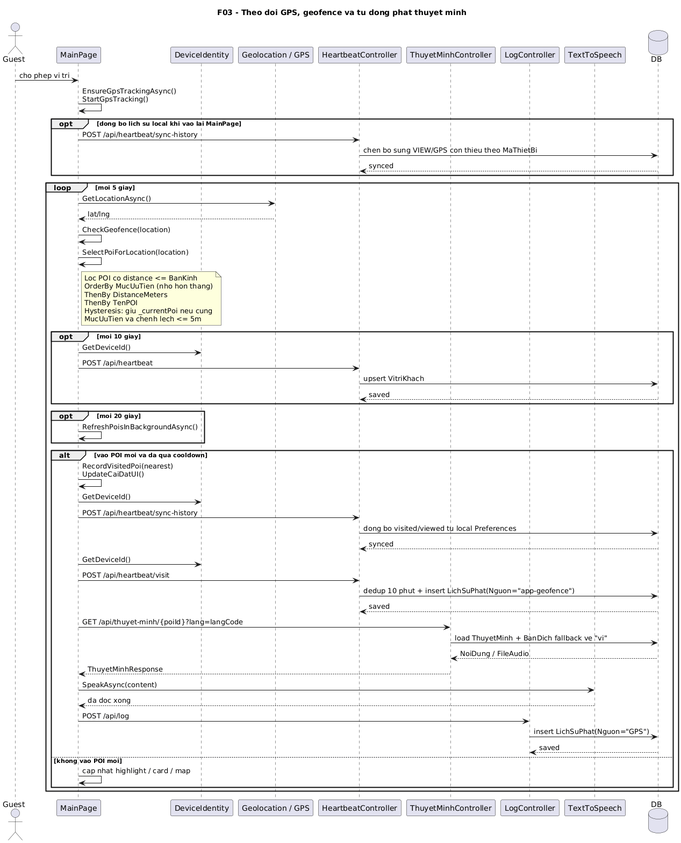
VoBao182/PhoAmThuc keeps this PlantUML diagram as docs/diagrams/png/03-geofence-audio-sequence.png. Above is the earlier version. Source of this version:
```plantuml
@startuml
title F03 - Theo doi GPS, geofence va tu dong phat thuyet minh

actor Guest
participant MainPage
participant DeviceIdentity
participant "Geolocation / GPS" as GPS
participant "HeartbeatController" as HeartbeatController
participant "ThuyetMinhController" as ThuyetMinhController
participant "LogController" as LogController
participant "TextToSpeech" as TTS
database DB

Guest -> MainPage: cho phep vi tri
MainPage -> MainPage: EnsureGpsTrackingAsync()\nStartGpsTracking()
opt dong bo lich su local khi vao lai MainPage
  MainPage -> HeartbeatController: POST /api/heartbeat/sync-history
  HeartbeatController -> DB: chen bo sung VIEW/GPS con thieu theo MaThietBi
  DB --> HeartbeatController: synced
end

loop moi 5 giay
  MainPage -> GPS: GetLocationAsync()
  GPS --> MainPage: lat/lng
  MainPage -> MainPage: CheckGeofence(location)
  MainPage -> MainPage: SelectPoiForLocation(location)
  note right of MainPage
    Loc POI co distance <= BanKinh
    OrderBy MucUuTien (nho hon thang)
    ThenBy DistanceMeters
    ThenBy TenPOI
    Hysteresis: giu _currentPoi neu cung
    MucUuTien va chenh lech <= 5m
  end note

  opt moi 10 giay
    MainPage -> DeviceIdentity: GetDeviceId()
    MainPage -> HeartbeatController: POST /api/heartbeat
    HeartbeatController -> DB: upsert VitriKhach
    DB --> HeartbeatController: saved
  end

  opt moi 20 giay
    MainPage -> MainPage: RefreshPoisInBackgroundAsync()
  end

  alt vao POI moi va da qua cooldown
    MainPage -> MainPage: RecordVisitedPoi(nearest)\nUpdateCaiDatUI()
    MainPage -> DeviceIdentity: GetDeviceId()
    MainPage -> HeartbeatController: POST /api/heartbeat/sync-history
    HeartbeatController -> DB: dong bo visited/viewed tu local Preferences
    DB --> HeartbeatController: synced

    MainPage -> DeviceIdentity: GetDeviceId()
    MainPage -> HeartbeatController: POST /api/heartbeat/visit
    HeartbeatController -> DB: dedup 10 phut + insert LichSuPhat(Nguon="app-geofence")
    DB --> HeartbeatController: saved

    MainPage -> ThuyetMinhController: GET /api/thuyet-minh/{poiId}?lang=langCode
    ThuyetMinhController -> DB: load ThuyetMinh + BanDich fallback ve "vi"
    DB --> ThuyetMinhController: NoiDung / FileAudio
    ThuyetMinhController --> MainPage: ThuyetMinhResponse

    MainPage -> TTS: SpeakAsync(content)
    TTS --> MainPage: da doc xong

    MainPage -> LogController: POST /api/log
    LogController -> DB: insert LichSuPhat(Nguon="GPS")
    DB --> LogController: saved
  else khong vao POI moi
    MainPage -> MainPage: cap nhat highlight / card / map
  end
end
@enduml
```
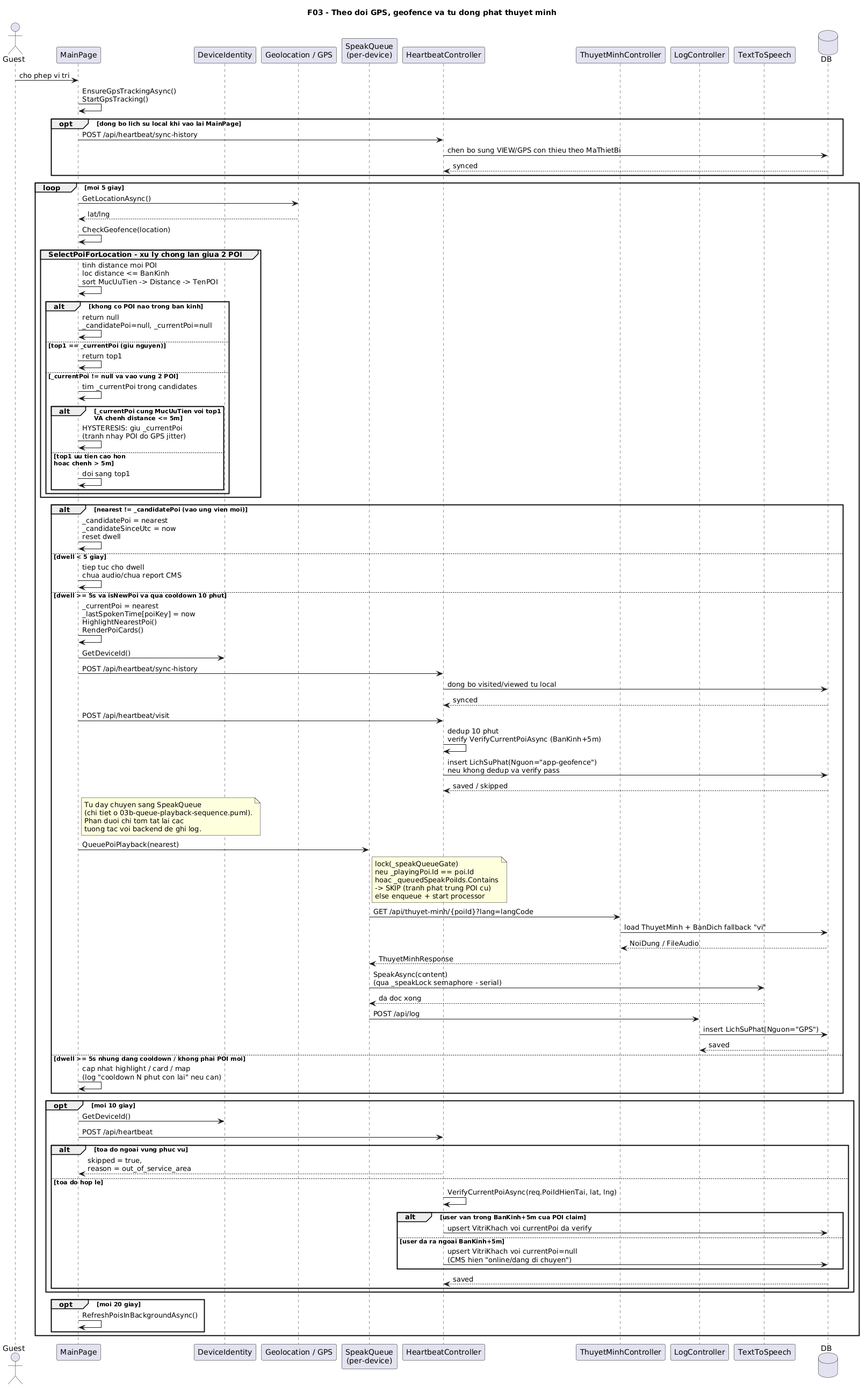
The same file after the commit.

Change to the diagram source:
```diff
@@ -5,6 +5,7 @@
 participant MainPage
 participant DeviceIdentity
 participant "Geolocation / GPS" as GPS
+participant "SpeakQueue\n(per-device)" as SpeakQueue
 participant "HeartbeatController" as HeartbeatController
 participant "ThuyetMinhController" as ThuyetMinhController
 participant "LogController" as LogController
@@ -23,52 +24,88 @@
   MainPage -> GPS: GetLocationAsync()
   GPS --> MainPage: lat/lng
   MainPage -> MainPage: CheckGeofence(location)
-  MainPage -> MainPage: SelectPoiForLocation(location)
-  note right of MainPage
-    Loc POI co distance <= BanKinh
-    OrderBy MucUuTien (nho hon thang)
-    ThenBy DistanceMeters
-    ThenBy TenPOI
-    Hysteresis: giu _currentPoi neu cung
-    MucUuTien va chenh lech <= 5m
-  end note
+
+  group SelectPoiForLocation - xu ly chong lan giua 2 POI
+    MainPage -> MainPage: tinh distance moi POI\nloc distance <= BanKinh\nsort MucUuTien -> Distance -> TenPOI
+    alt khong co POI nao trong ban kinh
+      MainPage -> MainPage: return null\n_candidatePoi=null, _currentPoi=null
+    else top1 == _currentPoi (giu nguyen)
+      MainPage -> MainPage: return top1
+    else _currentPoi != null va vao vung 2 POI
+      MainPage -> MainPage: tim _currentPoi trong candidates
+      alt _currentPoi cung MucUuTien voi top1\nVA chenh distance <= 5m
+        MainPage -> MainPage: HYSTERESIS: giu _currentPoi\n(tranh nhay POI do GPS jitter)
+      else top1 uu tien cao hon\nhoac chenh > 5m
+        MainPage -> MainPage: doi sang top1
+      end
+    end
+  end
+
+  alt nearest != _candidatePoi (vao ung vien moi)
+    MainPage -> MainPage: _candidatePoi = nearest\n_candidateSinceUtc = now\nreset dwell
+  else dwell < 5 giay
+    MainPage -> MainPage: tiep tuc cho dwell\nchua audio/chua report CMS
+  else dwell >= 5s va isNewPoi va qua cooldown 10 phut
+    MainPage -> MainPage: _currentPoi = nearest\n_lastSpokenTime[poiKey] = now\nHighlightNearestPoi()\nRenderPoiCards()
+
+    MainPage -> DeviceIdentity: GetDeviceId()
+    MainPage -> HeartbeatController: POST /api/heartbeat/sync-history
+    HeartbeatController -> DB: dong bo visited/viewed tu local
+    DB --> HeartbeatController: synced
+
+    MainPage -> HeartbeatController: POST /api/heartbeat/visit
+    HeartbeatController -> HeartbeatController: dedup 10 phut\nverify VerifyCurrentPoiAsync (BanKinh+5m)
+    HeartbeatController -> DB: insert LichSuPhat(Nguon="app-geofence")\nneu khong dedup va verify pass
+    DB --> HeartbeatController: saved / skipped
+
+    note right of MainPage
+      Tu day chuyen sang SpeakQueue
+      (chi tiet o 03b-queue-playback-sequence.puml).
+      Phan duoi chi tom tat lai cac
+      tuong tac voi backend de ghi log.
+    end note
+
+    MainPage -> SpeakQueue: QueuePoiPlayback(nearest)
+    note right of SpeakQueue
+      lock(_speakQueueGate)
+      neu _playingPoi.Id == poi.Id
+      hoac _queuedSpeakPoiIds.Contains
+      -> SKIP (tranh phat trung POI cu)
+      else enqueue + start processor
+    end note
+    SpeakQueue -> ThuyetMinhController: GET /api/thuyet-minh/{poiId}?lang=langCode
+    ThuyetMinhController -> DB: load ThuyetMinh + BanDich fallback "vi"
+    DB --> ThuyetMinhController: NoiDung / FileAudio
+    ThuyetMinhController --> SpeakQueue: ThuyetMinhResponse
+
+    SpeakQueue -> TTS: SpeakAsync(content)\n(qua _speakLock semaphore - serial)
+    TTS --> SpeakQueue: da doc xong
+
+    SpeakQueue -> LogController: POST /api/log
+    LogController -> DB: insert LichSuPhat(Nguon="GPS")
+    DB --> LogController: saved
+  else dwell >= 5s nhung dang cooldown / khong phai POI moi
+    MainPage -> MainPage: cap nhat highlight / card / map\n(log "cooldown N phut con lai" neu can)
+  end
 
   opt moi 10 giay
     MainPage -> DeviceIdentity: GetDeviceId()
     MainPage -> HeartbeatController: POST /api/heartbeat
-    HeartbeatController -> DB: upsert VitriKhach
-    DB --> HeartbeatController: saved
+    alt toa do ngoai vung phuc vu
+      HeartbeatController --> MainPage: skipped = true,\nreason = out_of_service_area
+    else toa do hop le
+      HeartbeatController -> HeartbeatController: VerifyCurrentPoiAsync(req.PoiIdHienTai, lat, lng)
+      alt user van trong BanKinh+5m cua POI claim
+        HeartbeatController -> DB: upsert VitriKhach voi currentPoi da verify
+      else user da ra ngoai BanKinh+5m
+        HeartbeatController -> DB: upsert VitriKhach voi currentPoi=null\n(CMS hien "online/dang di chuyen")
+      end
+      DB --> HeartbeatController: saved
+    end
   end
 
   opt moi 20 giay
     MainPage -> MainPage: RefreshPoisInBackgroundAsync()
   end
-
-  alt vao POI moi va da qua cooldown
-    MainPage -> MainPage: RecordVisitedPoi(nearest)\nUpdateCaiDatUI()
-    MainPage -> DeviceIdentity: GetDeviceId()
-    MainPage -> HeartbeatController: POST /api/heartbeat/sync-history
-    HeartbeatController -> DB: dong bo visited/viewed tu local Preferences
-    DB --> HeartbeatController: synced
-
-    MainPage -> DeviceIdentity: GetDeviceId()
-    MainPage -> HeartbeatController: POST /api/heartbeat/visit
-    HeartbeatController -> DB: dedup 10 phut + insert LichSuPhat(Nguon="app-geofence")
-    DB --> HeartbeatController: saved
-
-    MainPage -> ThuyetMinhController: GET /api/thuyet-minh/{poiId}?lang=langCode
-    ThuyetMinhController -> DB: load ThuyetMinh + BanDich fallback ve "vi"
-    DB --> ThuyetMinhController: NoiDung / FileAudio
-    ThuyetMinhController --> MainPage: ThuyetMinhResponse
-
-    MainPage -> TTS: SpeakAsync(content)
-    TTS --> MainPage: da doc xong
-
-    MainPage -> LogController: POST /api/log
-    LogController -> DB: insert LichSuPhat(Nguon="GPS")
-    DB --> LogController: saved
-  else khong vao POI moi
-    MainPage -> MainPage: cap nhat highlight / card / map
-  end
 end
 @enduml
```
